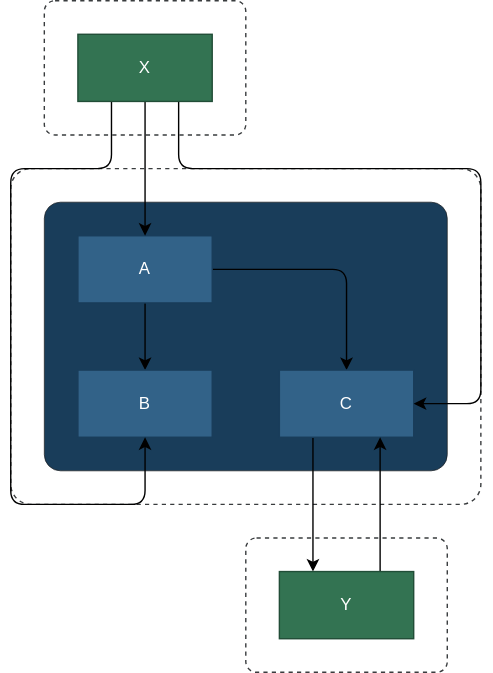
Above: packages/plugins/plugin-illustrator/docs/drawing.drawio.svg in dxos/dxos (draw.io), before the change. Source tidied: cells renumbered, new cells last; positions are measured from the earlier drawing's top-left corner, leaving out a move shared by most shapes.
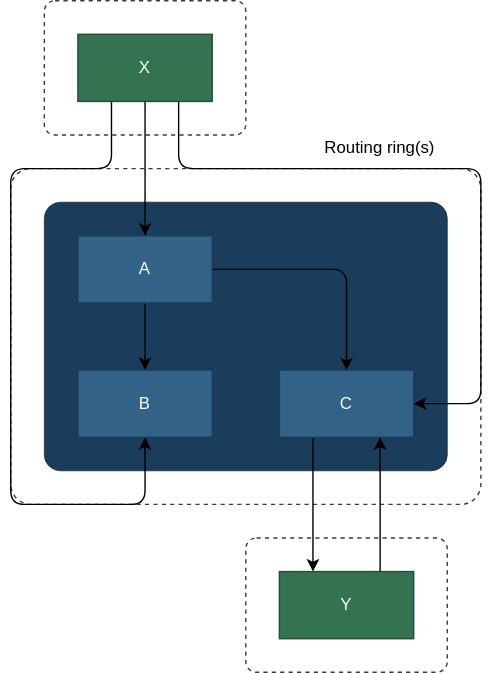
After the change.

Diff of the diagram source:
```diff
@@ -67,5 +67,8 @@
     <mxCell id="17" value="Y" style="rounded=0;whiteSpace=wrap;html=1;fillColor=#337352;fontColor=#FFFFFF;strokeColor=#214D37;" parent="1" vertex="1">
       <mxGeometry x="192" y="408" width="96" height="48" as="geometry" />
     </mxCell>
+    <mxCell id="18" value="Routing ring(s)" style="text;html=1;strokeColor=none;fillColor=none;align=center;verticalAlign=middle;whiteSpace=wrap;rounded=0;dashed=1;strokeWidth=0.5;" parent="1" vertex="1">
+      <mxGeometry x="192" y="90" width="144" height="30" as="geometry" />
+    </mxCell>
   </root>
 </mxGraphModel>
```
